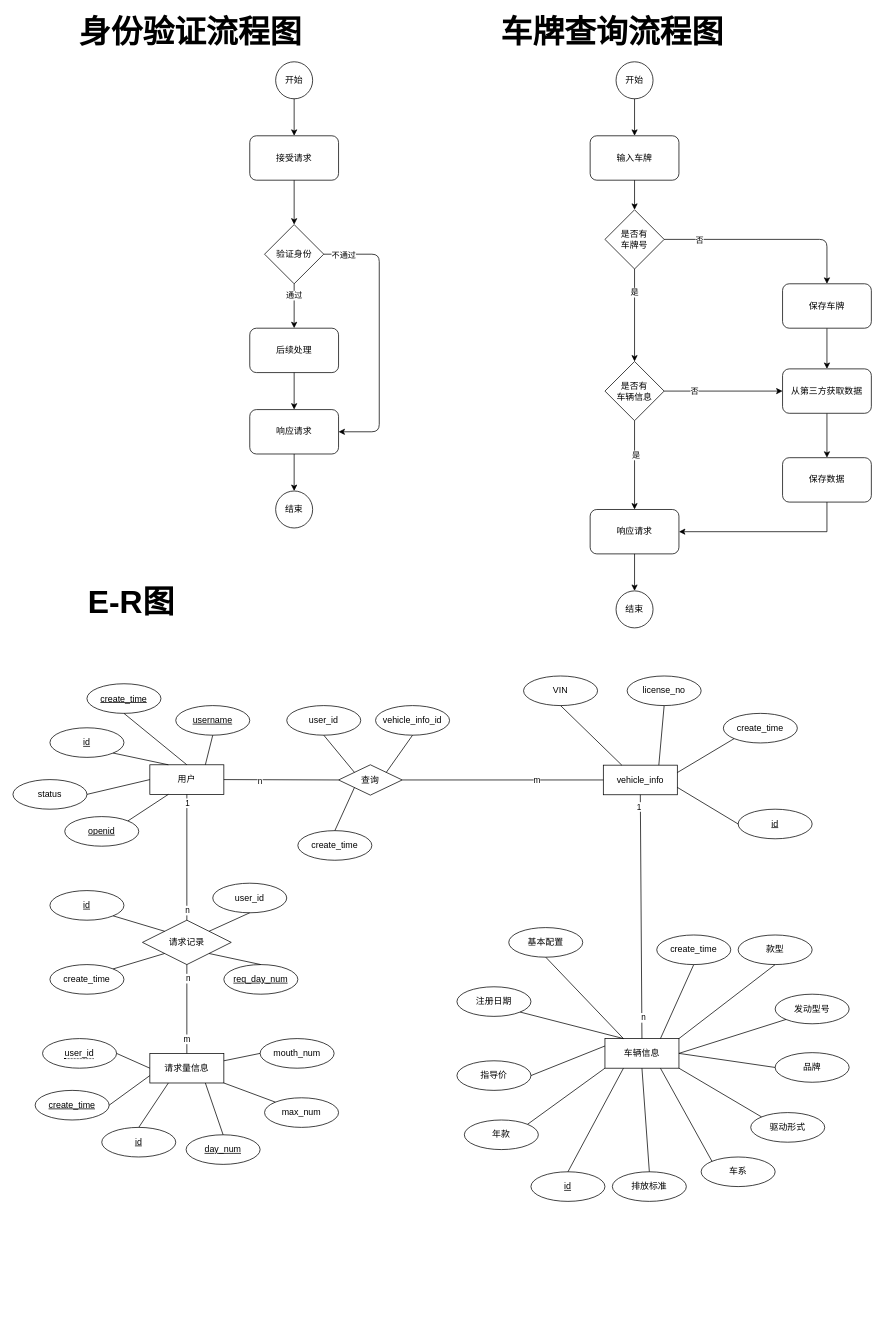
xlgp/static keeps this draw.io diagram as apiproject.drawio. Above is the earlier version. Source tidied: cells renumbered, new cells numbered last; positions are measured from the earlier drawing's top-left corner, leaving out a move shared by most shapes. Both pictures are drawn from the tidied source at 74%, with x=0, y=0 at pixel (13, 24).
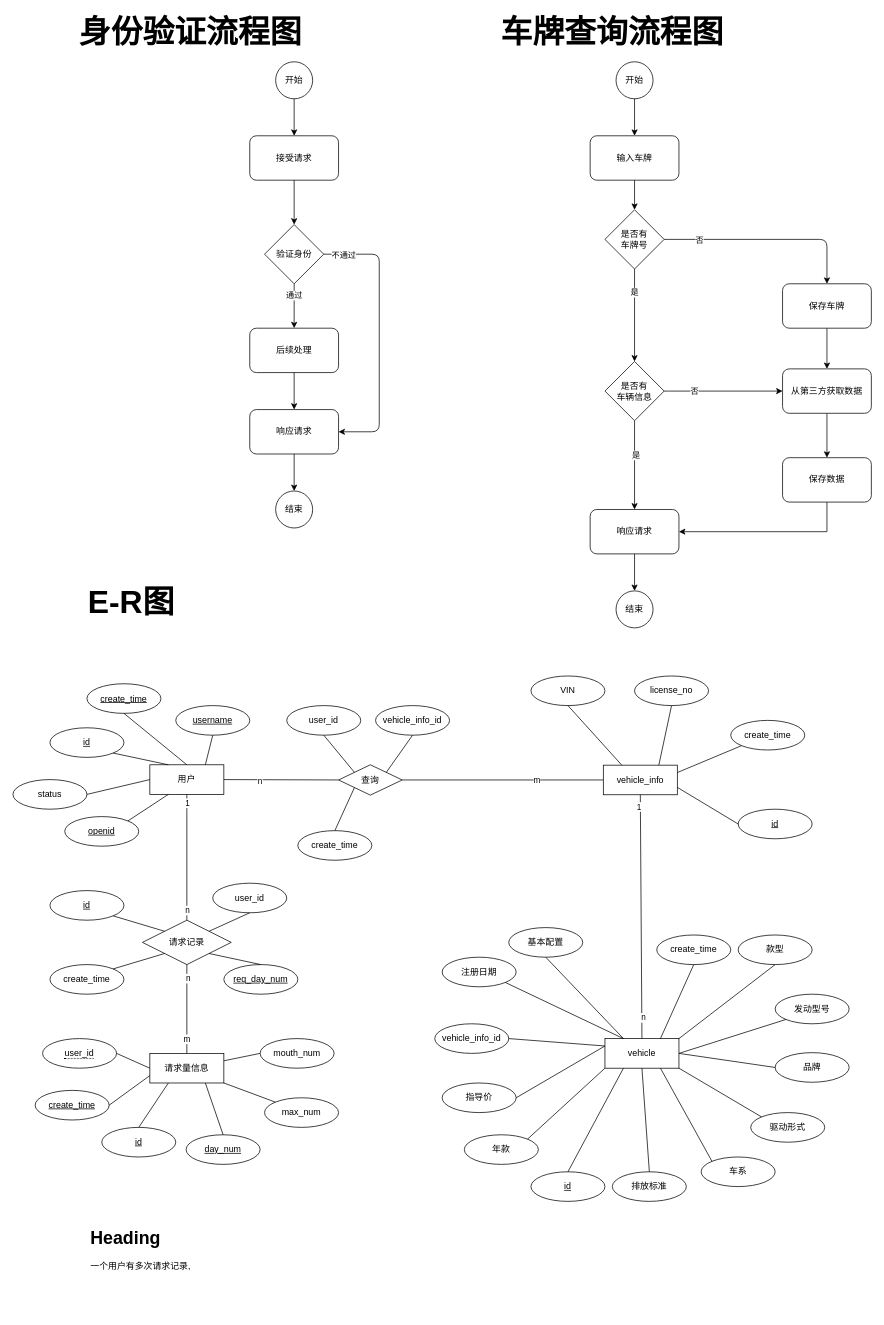
The same page after the edit.

Change to the diagram source:
```diff
@@
-    <mxCell id="23" value="车辆信息" style="whiteSpace=wrap;html=1;align=center;" parent="1" vertex="1">
+    <mxCell id="23" value="vehicle" style="whiteSpace=wrap;html=1;align=center;" parent="1" vertex="1">
       <mxGeometry x="800" y="1370" width="100" height="40" as="geometry" />
     </mxCell>
@@
     <mxCell id="26" value="VIN" style="ellipse;whiteSpace=wrap;html=1;align=center;" parent="1" vertex="1">
-      <mxGeometry x="690" y="880" width="100" height="40" as="geometry" />
+      <mxGeometry x="700" y="880" width="100" height="40" as="geometry" />
     </mxCell>
     <mxCell id="27" value="license_no" style="ellipse;whiteSpace=wrap;html=1;align=center;" parent="1" vertex="1">
-      <mxGeometry x="830" y="880" width="100" height="40" as="geometry" />
+      <mxGeometry x="840" y="880" width="100" height="40" as="geometry" />
     </mxCell>
@@
     <mxCell id="37" value="年款" style="ellipse;whiteSpace=wrap;html=1;align=center;" parent="1" vertex="1">
-      <mxGeometry x="610" y="1480" width="100" height="40" as="geometry" />
+      <mxGeometry x="610" y="1500" width="100" height="40" as="geometry" />
     </mxCell>
@@
     <mxCell id="39" value="注册日期" style="ellipse;whiteSpace=wrap;html=1;align=center;" parent="1" vertex="1">
-      <mxGeometry x="600" y="1300" width="100" height="40" as="geometry" />
+      <mxGeometry x="580" y="1260" width="100" height="40" as="geometry" />
     </mxCell>
     <mxCell id="40" value="指导价" style="ellipse;whiteSpace=wrap;html=1;align=center;" parent="1" vertex="1">
-      <mxGeometry x="600" y="1400" width="100" height="40" as="geometry" />
+      <mxGeometry x="580" y="1430" width="100" height="40" as="geometry" />
     </mxCell>
@@
     <mxCell id="95" value="create_time" style="ellipse;whiteSpace=wrap;html=1;align=center;" parent="1" vertex="1">
-      <mxGeometry x="960" y="930.5" width="100" height="40" as="geometry" />
+      <mxGeometry x="970" y="940" width="100" height="40" as="geometry" />
     </mxCell>
@@
+    <mxCell id="129" value="vehicle_info_id" style="ellipse;whiteSpace=wrap;html=1;align=center;" parent="1" vertex="1">
+      <mxGeometry x="570" y="1350" width="100" height="40" as="geometry" />
+    </mxCell>
+    <mxCell id="130" style="endArrow=none;html=1;rounded=0;entryX=1;entryY=0.5;entryDx=0;entryDy=0;exitX=0;exitY=0.25;exitDx=0;exitDy=0;" parent="1" edge="1" source="23" target="129">
+      <mxGeometry relative="1" as="geometry" />
+    </mxCell>
+    <mxCell id="131" value="&lt;h1&gt;Heading&lt;/h1&gt;&lt;p&gt;一个用户有多次请求记录,&lt;/p&gt;&lt;p&gt;&lt;br&gt;&lt;/p&gt;" style="text;html=1;strokeColor=none;fillColor=none;spacing=5;spacingTop=-20;whiteSpace=wrap;overflow=hidden;rounded=0;" parent="1" vertex="1">
+      <mxGeometry x="100" y="1620" width="190" height="120" as="geometry" />
+    </mxCell>
```
